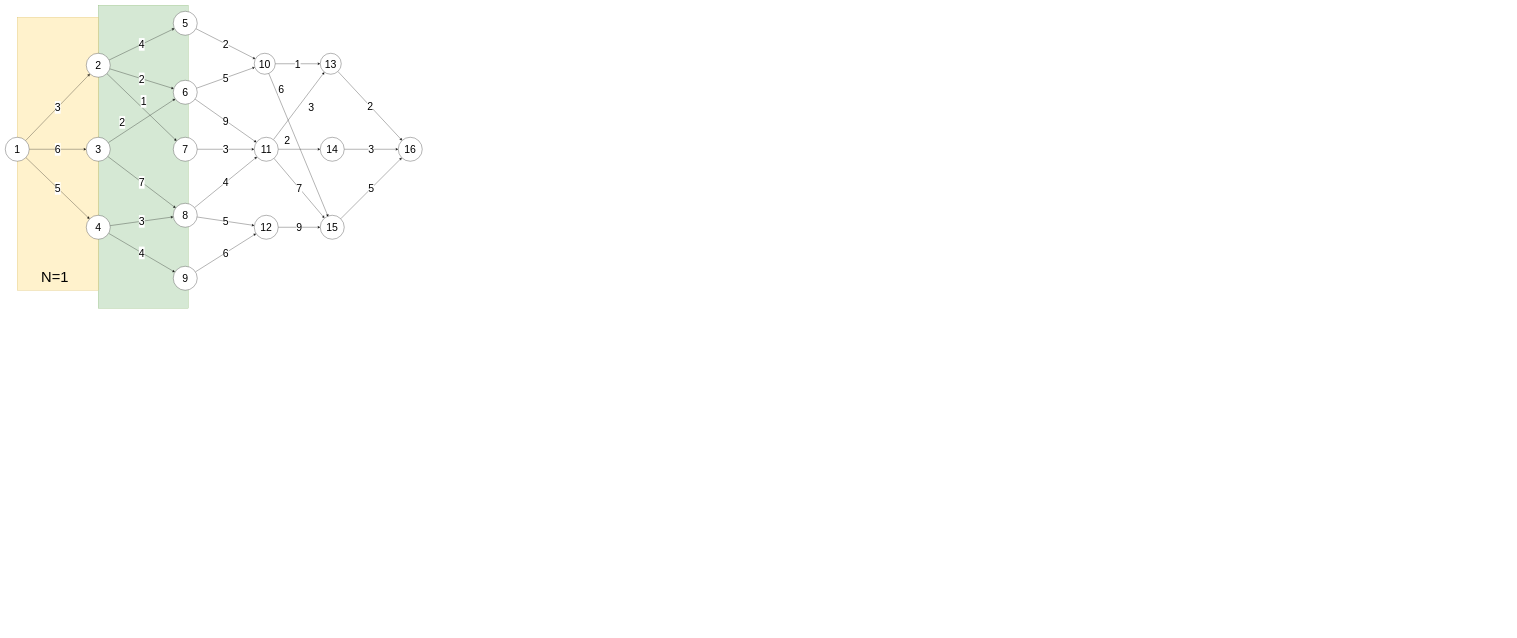
Above: clase.drawio in jmormal/vrpjulia (draw.io), before the change. Source tidied: cells renumbered, new cells numbered last; positions are measured from the earlier drawing's top-left corner, leaving out a move shared by most shapes. Both pictures are drawn from the tidied source at 30%, with x=0, y=0 at pixel (5, 5).
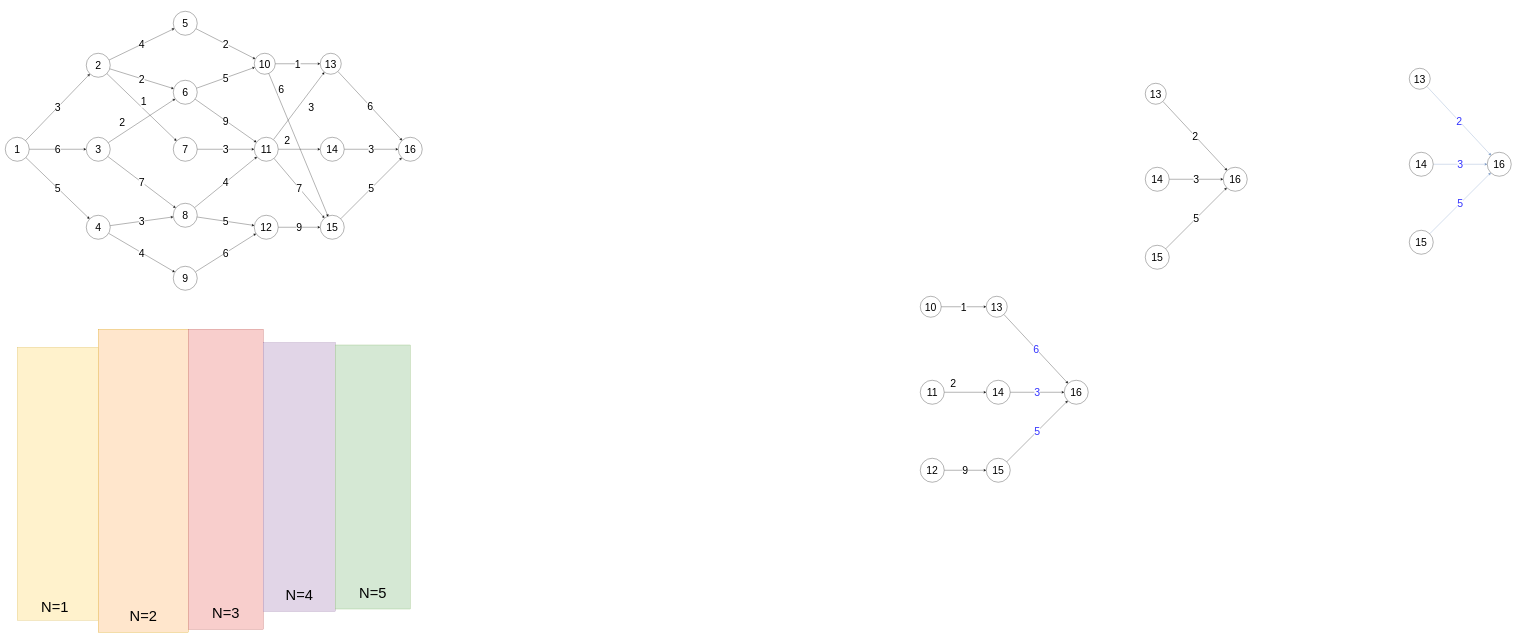
The same page after the edit.

Unchanged cells that the change refers to:
```xml
<mxCell id="39" value="13" style="ellipse;whiteSpace=wrap;html=1;fontSize=35;" parent="1" vertex="1">
  <mxGeometry x="1050" y="160" width="70" height="70" as="geometry" />
</mxCell>
<mxCell id="44" value="16" style="ellipse;whiteSpace=wrap;html=1;fontSize=35;" parent="1" vertex="1">
  <mxGeometry x="1310" y="440" width="80" height="80" as="geometry" />
</mxCell>
```

What changed in the source:
```diff
@@
+    <mxCell id="47" style="group;" parent="1" vertex="1">
+      <mxGeometry x="40" y="1140" width="270" height="910" as="geometry" />
+    </mxCell>
+    <mxCell id="3" style="rounded=0;whiteSpace=wrap;html=1;fillColor=#fff2cc;strokeColor=#d6b656;" parent="47" vertex="1">
+      <mxGeometry width="270" height="910" as="geometry" />
+    </mxCell>
+    <mxCell id="46" value="&lt;font style=&quot;font-size: 49px;&quot;&gt;N=1&lt;/font&gt;" style="text;html=1;align=center;verticalAlign=middle;strokeColor=none;fillColor=none;" parent="47" vertex="1">
+      <mxGeometry x="70" y="830" width="110" height="70" as="geometry" />
+    </mxCell>
+    <mxCell id="48" style="group;" parent="1" vertex="1">
+      <mxGeometry x="310" y="1080" width="300" height="1010" as="geometry" />
+    </mxCell>
-    <mxCell id="2" style="rounded=0;whiteSpace=wrap;html=1;fillColor=#d5e8d4;strokeColor=#82b366;" parent="1" vertex="1">
-      <mxGeometry x="310" width="300" height="1010" as="geometry" />
+    <mxCell id="2" style="rounded=0;whiteSpace=wrap;html=1;fillColor=#ffe6cc;strokeColor=#d79b00;" parent="48" vertex="1">
+      <mxGeometry width="300" height="1010" as="geometry" />
     </mxCell>
-    <mxCell id="3" style="rounded=0;whiteSpace=wrap;html=1;fillColor=#fff2cc;strokeColor=#d6b656;" parent="1" vertex="1">
-      <mxGeometry x="40" y="40" width="270" height="910" as="geometry" />
-    </mxCell>
+    <mxCell id="49" value="&lt;font style=&quot;font-size: 49px;&quot;&gt;N=2&lt;/font&gt;" style="text;html=1;align=center;verticalAlign=middle;strokeColor=none;fillColor=none;" parent="48" vertex="1">
+      <mxGeometry x="95" y="920" width="110" height="70" as="geometry" />
+    </mxCell>
+    <mxCell id="50" style="group;" parent="1" vertex="1">
+      <mxGeometry x="610" y="1080" width="250" height="1000" as="geometry" />
+    </mxCell>
+    <mxCell id="51" style="rounded=0;whiteSpace=wrap;html=1;fillColor=#f8cecc;strokeColor=#b85450;" parent="50" vertex="1">
+      <mxGeometry width="250" height="1000" as="geometry" />
+    </mxCell>
+    <mxCell id="52" value="&lt;font style=&quot;font-size: 49px;&quot;&gt;N=3&lt;/font&gt;" style="text;html=1;align=center;verticalAlign=middle;strokeColor=none;fillColor=none;" parent="50" vertex="1">
+      <mxGeometry x="70" y="910" width="110" height="70" as="geometry" />
+    </mxCell>
+    <mxCell id="53" style="group;" parent="1" vertex="1">
+      <mxGeometry x="860" y="1125" width="240" height="895" as="geometry" />
+    </mxCell>
+    <mxCell id="54" style="rounded=0;whiteSpace=wrap;html=1;fillColor=#e1d5e7;strokeColor=#9673a6;" parent="53" vertex="1">
+      <mxGeometry width="240" height="895" as="geometry" />
+    </mxCell>
+    <mxCell id="55" value="&lt;font style=&quot;font-size: 49px;&quot;&gt;N=4&lt;/font&gt;" style="text;html=1;align=center;verticalAlign=middle;strokeColor=none;fillColor=none;" parent="53" vertex="1">
+      <mxGeometry x="65" y="805" width="110" height="70" as="geometry" />
+    </mxCell>
+    <mxCell id="56" style="group;" parent="1" vertex="1">
+      <mxGeometry x="1100" y="1132.5" width="250" height="880" as="geometry" />
+    </mxCell>
+    <mxCell id="57" style="rounded=0;whiteSpace=wrap;html=1;fillColor=#d5e8d4;strokeColor=#82b366;" parent="56" vertex="1">
+      <mxGeometry width="250" height="880" as="geometry" />
+    </mxCell>
+    <mxCell id="58" value="&lt;font style=&quot;font-size: 49px;&quot;&gt;N=5&lt;/font&gt;" style="text;html=1;align=center;verticalAlign=middle;strokeColor=none;fillColor=none;" parent="56" vertex="1">
+      <mxGeometry x="70" y="790" width="110" height="70" as="geometry" />
+    </mxCell>
@@
-    <mxCell id="38" value="2" style="edgeStyle=none;rounded=0;jettySize=auto;html=1;fontSize=35;" parent="1" edge="1" source="39" target="44">
+    <mxCell id="38" value="6" style="edgeStyle=none;rounded=0;jettySize=auto;html=1;fontSize=35;" parent="1" edge="1" source="39" target="44">
       <mxGeometry relative="1" as="geometry" />
     </mxCell>
@@
-    <mxCell id="46" value="&lt;font style=&quot;font-size: 49px;&quot;&gt;N=1&lt;/font&gt;" style="text;html=1;align=center;verticalAlign=middle;strokeColor=none;fillColor=none;" parent="1" vertex="1">
-      <mxGeometry x="110" y="870" width="110" height="70" as="geometry" />
-    </mxCell>
+    <mxCell id="59" value="2" style="edgeStyle=none;rounded=0;jettySize=auto;html=1;fontSize=35;" parent="1" edge="1" source="60" target="65">
+      <mxGeometry relative="1" as="geometry" />
+    </mxCell>
+    <mxCell id="60" value="13" style="ellipse;whiteSpace=wrap;html=1;fontSize=35;" parent="1" vertex="1">
+      <mxGeometry x="3800" y="260" width="70" height="70" as="geometry" />
+    </mxCell>
+    <mxCell id="61" value="3" style="edgeStyle=none;rounded=0;jettySize=auto;html=1;fontSize=35;" parent="1" edge="1" source="62" target="65">
+      <mxGeometry relative="1" as="geometry" />
+    </mxCell>
+    <mxCell id="62" value="14" style="ellipse;whiteSpace=wrap;html=1;fontSize=35;" parent="1" vertex="1">
+      <mxGeometry x="3800" y="540" width="80" height="80" as="geometry" />
+    </mxCell>
+    <mxCell id="63" value="5" style="edgeStyle=none;rounded=0;jettySize=auto;html=1;fontSize=35;" parent="1" edge="1" source="64" target="65">
+      <mxGeometry relative="1" as="geometry" />
+    </mxCell>
+    <mxCell id="64" value="15" style="ellipse;whiteSpace=wrap;html=1;fontSize=35;" parent="1" vertex="1">
+      <mxGeometry x="3800" y="800" width="80" height="80" as="geometry" />
+    </mxCell>
+    <mxCell id="65" value="16" style="ellipse;whiteSpace=wrap;html=1;fontSize=35;" parent="1" vertex="1">
+      <mxGeometry x="4060" y="540" width="80" height="80" as="geometry" />
+    </mxCell>
+    <mxCell id="66" value="2" style="edgeStyle=none;rounded=0;jettySize=auto;html=1;fontSize=35;fillColor=#dae8fc;strokeColor=#6c8ebf;fontColor=#3333FF;" parent="1" edge="1" source="67" target="72">
+      <mxGeometry relative="1" as="geometry" />
+    </mxCell>
+    <mxCell id="67" value="13" style="ellipse;whiteSpace=wrap;html=1;fontSize=35;" parent="1" vertex="1">
+      <mxGeometry x="4680" y="210" width="70" height="70" as="geometry" />
+    </mxCell>
+    <mxCell id="68" value="3" style="edgeStyle=none;rounded=0;jettySize=auto;html=1;fontSize=35;fillColor=#dae8fc;strokeColor=#6c8ebf;fontColor=#3333FF;" parent="1" edge="1" source="69" target="72">
+      <mxGeometry relative="1" as="geometry" />
+    </mxCell>
+    <mxCell id="69" value="14" style="ellipse;whiteSpace=wrap;html=1;fontSize=35;" parent="1" vertex="1">
+      <mxGeometry x="4680" y="490" width="80" height="80" as="geometry" />
+    </mxCell>
+    <mxCell id="70" value="5" style="edgeStyle=none;rounded=0;jettySize=auto;html=1;fontSize=35;fillColor=#dae8fc;strokeColor=#6c8ebf;fontColor=#3333FF;" parent="1" edge="1" source="71" target="72">
+      <mxGeometry relative="1" as="geometry" />
+    </mxCell>
+    <mxCell id="71" value="15" style="ellipse;whiteSpace=wrap;html=1;fontSize=35;" parent="1" vertex="1">
+      <mxGeometry x="4680" y="750" width="80" height="80" as="geometry" />
+    </mxCell>
+    <mxCell id="72" value="16" style="ellipse;whiteSpace=wrap;html=1;fontSize=35;" parent="1" vertex="1">
+      <mxGeometry x="4940" y="490" width="80" height="80" as="geometry" />
+    </mxCell>
+    <mxCell id="73" value="1" style="edgeStyle=none;rounded=0;jettySize=auto;html=1;fontSize=35;" parent="1" edge="1" source="74" target="80">
+      <mxGeometry relative="1" as="geometry" />
+    </mxCell>
+    <mxCell id="74" value="10" style="ellipse;whiteSpace=wrap;html=1;fontSize=35;" parent="1" vertex="1">
+      <mxGeometry x="3050" y="970" width="70" height="70" as="geometry" />
+    </mxCell>
+    <mxCell id="75" value="2" style="edgeStyle=none;rounded=0;jettySize=auto;html=1;fontSize=35;" parent="1" edge="1" source="76" target="82">
+      <mxGeometry x="-0.57" y="30" relative="1" as="geometry" />
+    </mxCell>
+    <mxCell id="76" value="11" style="ellipse;whiteSpace=wrap;html=1;fontSize=35;" parent="1" vertex="1">
+      <mxGeometry x="3050" y="1250" width="80" height="80" as="geometry" />
+    </mxCell>
+    <mxCell id="77" value="9" style="edgeStyle=none;rounded=0;jettySize=auto;html=1;fontSize=35;" parent="1" edge="1" source="78" target="84">
+      <mxGeometry relative="1" as="geometry" />
+    </mxCell>
+    <mxCell id="78" value="12" style="ellipse;whiteSpace=wrap;html=1;fontSize=35;" parent="1" vertex="1">
+      <mxGeometry x="3050" y="1510" width="80" height="80" as="geometry" />
+    </mxCell>
+    <mxCell id="79" value="6" style="edgeStyle=none;rounded=0;jettySize=auto;html=1;fontSize=35;fontColor=#3333FF;" parent="1" edge="1" source="80" target="85">
+      <mxGeometry relative="1" as="geometry" />
+    </mxCell>
+    <mxCell id="80" value="13" style="ellipse;whiteSpace=wrap;html=1;fontSize=35;" parent="1" vertex="1">
+      <mxGeometry x="3270" y="970" width="70" height="70" as="geometry" />
+    </mxCell>
+    <mxCell id="81" value="3" style="edgeStyle=none;rounded=0;jettySize=auto;html=1;fontSize=35;fontColor=#3333FF;" parent="1" edge="1" source="82" target="85">
+      <mxGeometry relative="1" as="geometry" />
+    </mxCell>
+    <mxCell id="82" value="14" style="ellipse;whiteSpace=wrap;html=1;fontSize=35;" parent="1" vertex="1">
+      <mxGeometry x="3270" y="1250" width="80" height="80" as="geometry" />
+    </mxCell>
+    <mxCell id="83" value="5" style="edgeStyle=none;rounded=0;jettySize=auto;html=1;fontSize=35;fontColor=#3333FF;" parent="1" edge="1" source="84" target="85">
+      <mxGeometry relative="1" as="geometry" />
+    </mxCell>
+    <mxCell id="84" value="15" style="ellipse;whiteSpace=wrap;html=1;fontSize=35;" parent="1" vertex="1">
+      <mxGeometry x="3270" y="1510" width="80" height="80" as="geometry" />
+    </mxCell>
+    <mxCell id="85" value="16" style="ellipse;whiteSpace=wrap;html=1;fontSize=35;" parent="1" vertex="1">
+      <mxGeometry x="3530" y="1250" width="80" height="80" as="geometry" />
+    </mxCell>
```
